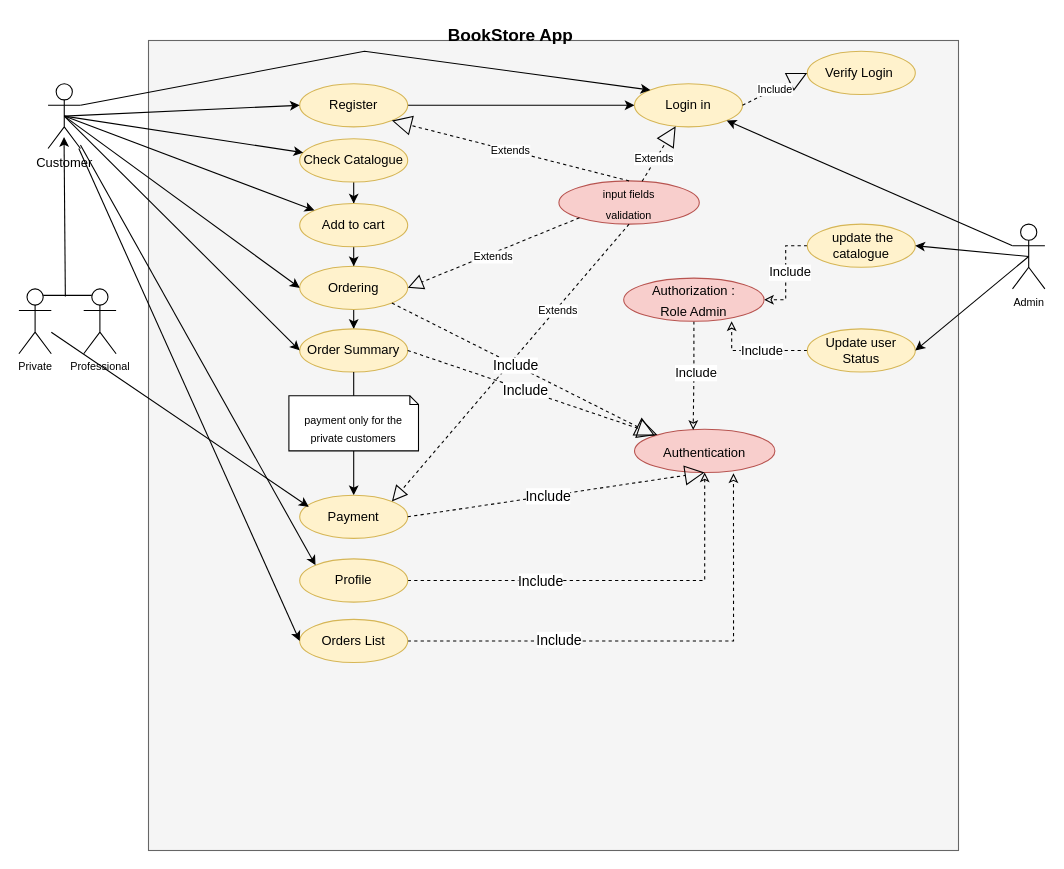
Before: UseCaseUML.drawio in Sifelddin/bookStore_symfony, a draw.io diagram. Source tidied: cells renumbered, new cells numbered last; positions are measured from the earlier drawing's top-left corner, leaving out a move shared by most shapes. Both pictures are drawn from the tidied source at 108%, with x=0, y=0 at pixel (18, 18).
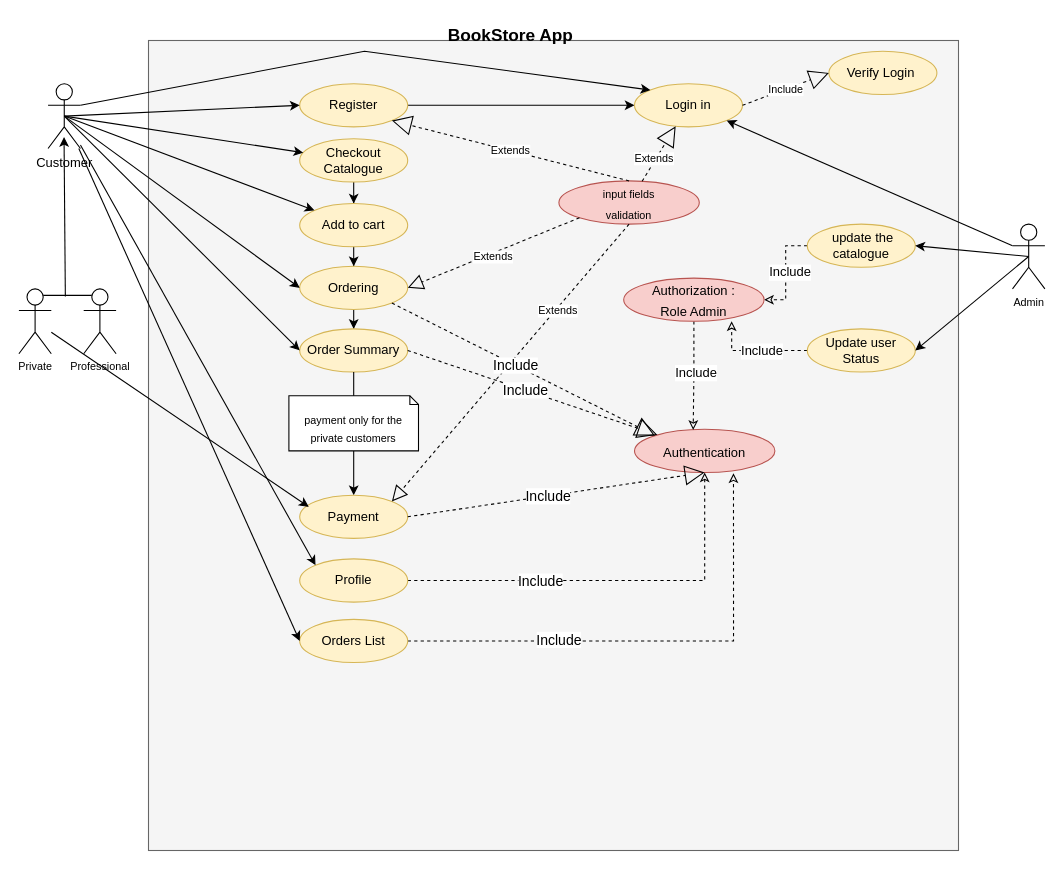
Above is the later version.

The edit, as a diff of the source:
```diff
@@
-    <mxCell id="7" value="Check Catalogue" style="ellipse;whiteSpace=wrap;html=1;fillColor=#fff2cc;strokeColor=#d6b656;" parent="1" vertex="1">
+    <mxCell id="7" value="Checkout Catalogue" style="ellipse;whiteSpace=wrap;html=1;fillColor=#fff2cc;strokeColor=#d6b656;" parent="1" vertex="1">
       <mxGeometry x="260" y="111" width="100" height="40" as="geometry" />
     </mxCell>
@@
     <mxCell id="24" value="Verify Login&amp;nbsp;" style="ellipse;whiteSpace=wrap;html=1;fillColor=#fff2cc;strokeColor=#d6b656;" parent="1" vertex="1">
-      <mxGeometry x="730" y="30" width="100" height="40" as="geometry" />
+      <mxGeometry x="750" y="30" width="100" height="40" as="geometry" />
     </mxCell>
```
